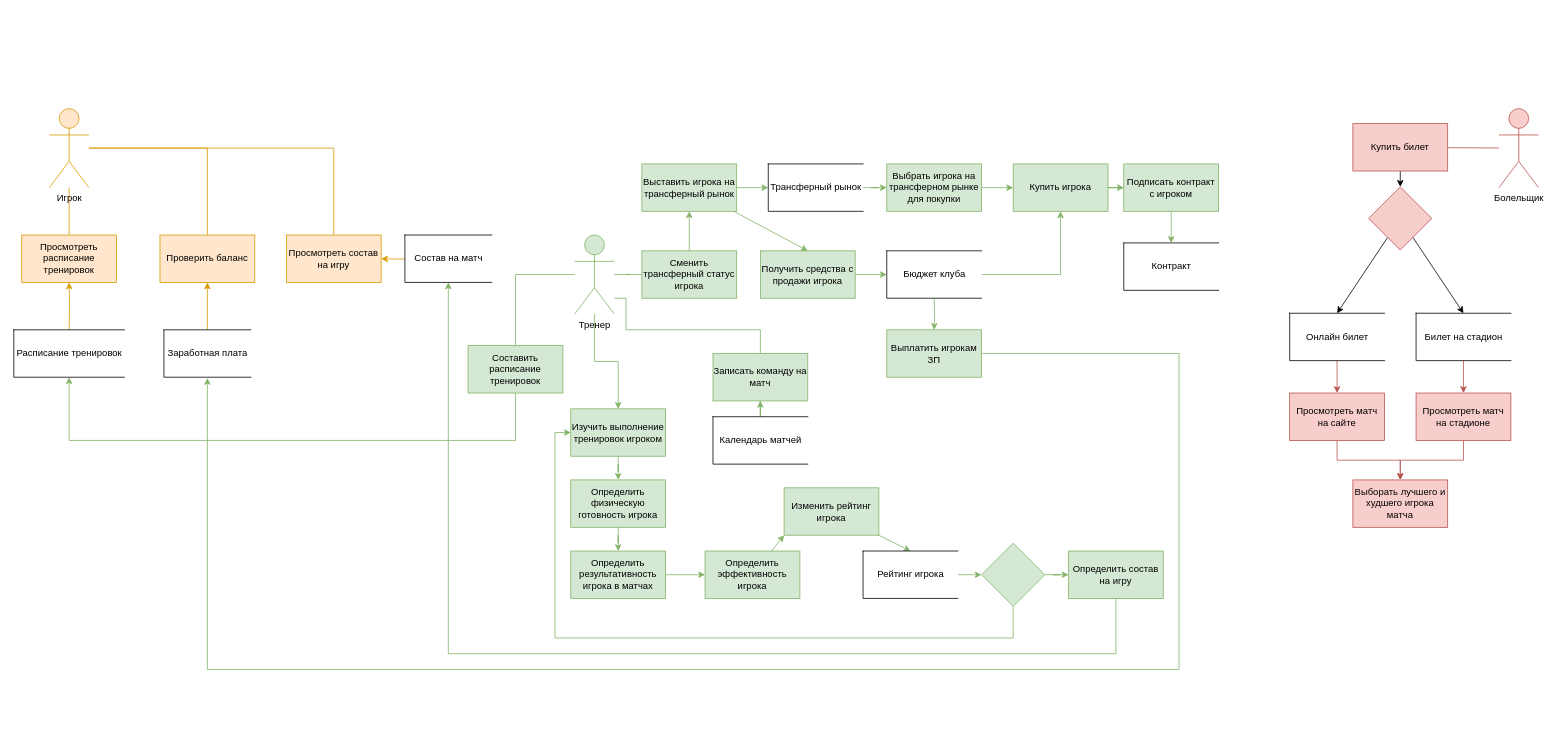
This is DFD Diagramm.drawio from Alexsander996/football, a draw.io file, before an edit. Source tidied: cells renumbered, new cells numbered last; positions are measured from the earlier drawing's top-left corner, leaving out a move shared by most shapes. Both pictures are drawn from the tidied source at 79%, with x=0, y=0 at pixel (13, 108).
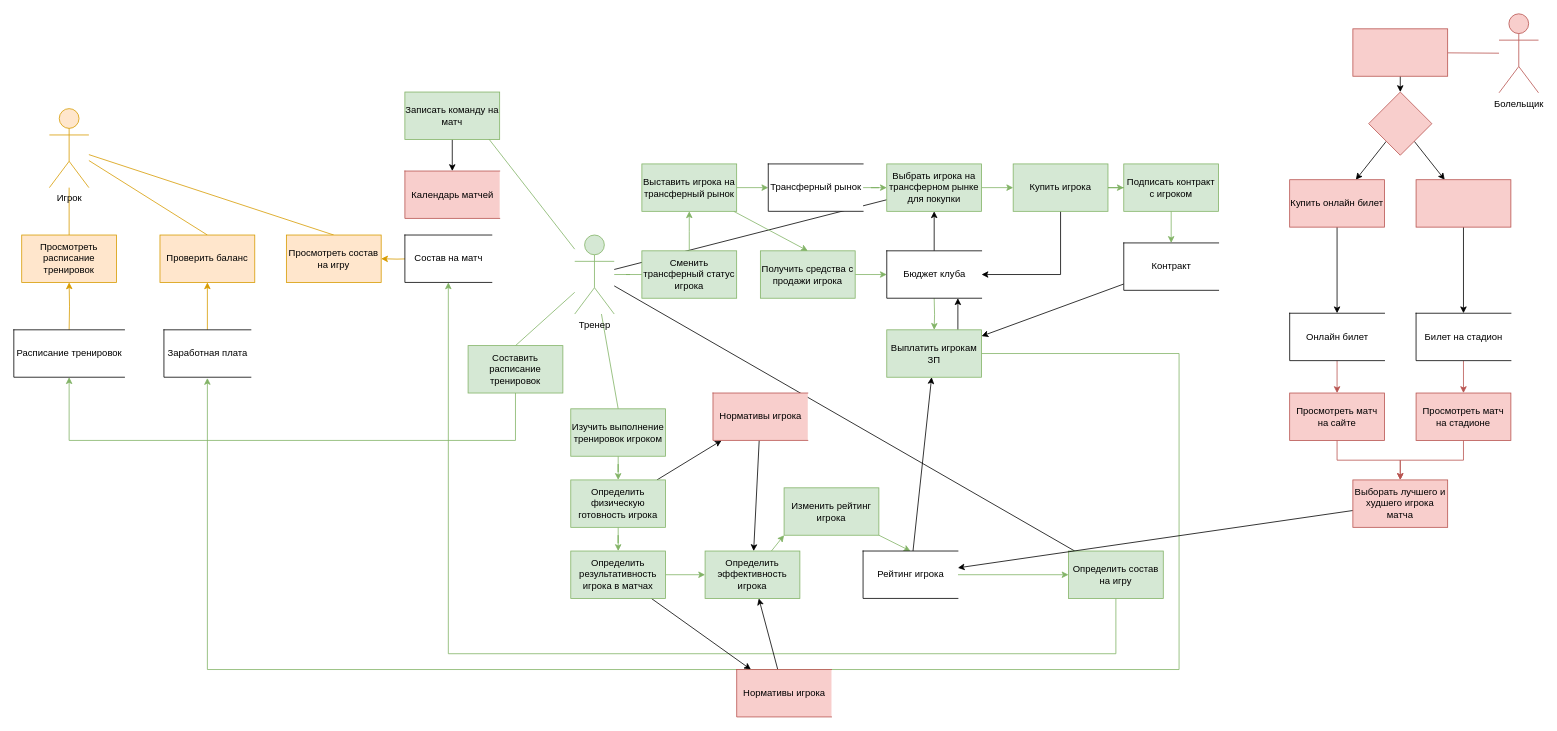
After the change.

The change refers to these unchanged cells:
```xml
<mxCell id="5" value="Игрок" style="shape=umlActor;verticalLabelPosition=bottom;verticalAlign=top;html=1;outlineConnect=0;fillColor=#ffe6cc;strokeColor=#d79b00;" parent="1" vertex="1">
  <mxGeometry x="45" width="50" height="100" as="geometry" />
</mxCell>
<mxCell id="8" value="Проверить баланс" style="rounded=0;whiteSpace=wrap;html=1;fillColor=#ffe6cc;strokeColor=#d79b00;" parent="1" vertex="1">
  <mxGeometry x="185" y="160" width="120" height="60" as="geometry" />
</mxCell>
<mxCell id="9" value="Просмотреть состав на игру" style="rounded=0;whiteSpace=wrap;html=1;fillColor=#ffe6cc;strokeColor=#d79b00;" parent="1" vertex="1">
  <mxGeometry x="345" y="160" width="120" height="60" as="geometry" />
</mxCell>
<mxCell id="15" value="Тренер" style="shape=umlActor;verticalLabelPosition=bottom;verticalAlign=top;html=1;outlineConnect=0;fillColor=#d5e8d4;strokeColor=#82b366;" parent="1" vertex="1">
  <mxGeometry x="710" y="160" width="50" height="100" as="geometry" />
</mxCell>
<mxCell id="17" value="Определить эффективность игрока" style="rounded=0;whiteSpace=wrap;html=1;fillColor=#d5e8d4;strokeColor=#82b366;" parent="1" vertex="1">
  <mxGeometry x="875" y="560" width="120" height="60" as="geometry" />
</mxCell>
<mxCell id="19" value="Определить состав на игру" style="rounded=0;whiteSpace=wrap;html=1;fillColor=#d5e8d4;strokeColor=#82b366;" parent="1" vertex="1">
  <mxGeometry x="1335" y="560" width="120" height="60" as="geometry" />
</mxCell>
<mxCell id="21" value="Выплатить игрокам ЗП" style="rounded=0;whiteSpace=wrap;html=1;fillColor=#d5e8d4;strokeColor=#82b366;" parent="1" vertex="1">
  <mxGeometry x="1105" y="280" width="120" height="60" as="geometry" />
</mxCell>
<mxCell id="24" value="Изучить выполнение тренировок игроком" style="rounded=0;whiteSpace=wrap;html=1;fillColor=#d5e8d4;strokeColor=#82b366;" parent="1" vertex="1">
  <mxGeometry x="705" y="380" width="120" height="60" as="geometry" />
</mxCell>
<mxCell id="26" value="Определить физическую готовность игрока" style="rounded=0;whiteSpace=wrap;html=1;fillColor=#d5e8d4;strokeColor=#82b366;" parent="1" vertex="1">
  <mxGeometry x="705" y="470" width="120" height="60" as="geometry" />
</mxCell>
<mxCell id="28" value="Определить результативность игрока в матчах" style="rounded=0;whiteSpace=wrap;html=1;fillColor=#d5e8d4;strokeColor=#82b366;" parent="1" vertex="1">
  <mxGeometry x="705" y="560" width="120" height="60" as="geometry" />
</mxCell>
<mxCell id="43" value="Выборать лучшего и худшего игрока матча" style="rounded=0;whiteSpace=wrap;html=1;fillColor=#f8cecc;strokeColor=#b85450;" parent="1" vertex="1">
  <mxGeometry x="1695" y="470" width="120" height="60" as="geometry" />
</mxCell>
<mxCell id="49" value="Бюджет клуба" style="html=1;dashed=0;whitespace=wrap;shape=partialRectangle;right=0;" parent="1" vertex="1">
  <mxGeometry x="1105" y="180" width="120" height="60" as="geometry" />
</mxCell>
<mxCell id="53" value="Онлайн билет" style="html=1;dashed=0;whitespace=wrap;shape=partialRectangle;right=0;" parent="1" vertex="1">
  <mxGeometry x="1615" y="259" width="120" height="60" as="geometry" />
</mxCell>
<mxCell id="55" value="Билет на стадион" style="html=1;dashed=0;whitespace=wrap;shape=partialRectangle;right=0;" parent="1" vertex="1">
  <mxGeometry x="1775" y="259" width="120" height="60" as="geometry" />
</mxCell>
<mxCell id="56" value="Контракт" style="html=1;dashed=0;whitespace=wrap;shape=partialRectangle;right=0;" parent="1" vertex="1">
  <mxGeometry x="1405" y="170" width="120" height="60" as="geometry" />
</mxCell>
<mxCell id="70" value="Купить игрока&lt;br&gt;" style="rounded=0;whiteSpace=wrap;html=1;fillColor=#d5e8d4;strokeColor=#82b366;" parent="1" vertex="1">
  <mxGeometry x="1265" y="70" width="120" height="60" as="geometry" />
</mxCell>
<mxCell id="72" value="Составить расписание тренировок" style="rounded=0;whiteSpace=wrap;html=1;fillColor=#d5e8d4;strokeColor=#82b366;" parent="1" vertex="1">
  <mxGeometry x="575" y="300" width="120" height="60" as="geometry" />
</mxCell>
<mxCell id="74" value="Выбрать игрока на трансферном рынке для покупки" style="rounded=0;whiteSpace=wrap;html=1;fillColor=#d5e8d4;strokeColor=#82b366;" parent="1" vertex="1">
  <mxGeometry x="1105" y="70" width="120" height="60" as="geometry" />
</mxCell>
<mxCell id="78" value="Рейтинг игрока" style="html=1;dashed=0;whitespace=wrap;shape=partialRectangle;right=0;" parent="1" vertex="1">
  <mxGeometry x="1075" y="560" width="120" height="60" as="geometry" />
</mxCell>
```

Change to the diagram source:
```diff
@@
-    <mxCell id="3" style="edgeStyle=orthogonalEdgeStyle;rounded=0;jettySize=auto;html=1;entryX=0.5;entryY=0;entryDx=0;entryDy=0;fillColor=#ffe6cc;strokeColor=#d79b00;endArrow=none;endFill=0;" parent="1" edge="1" source="5" target="8">
+    <mxCell id="3" style="rounded=0;jettySize=auto;html=1;entryX=0.5;entryY=0;entryDx=0;entryDy=0;fillColor=#ffe6cc;strokeColor=#d79b00;endArrow=none;endFill=0;" parent="1" edge="1" source="5" target="8">
       <mxGeometry relative="1" as="geometry" />
     </mxCell>
-    <mxCell id="4" style="edgeStyle=orthogonalEdgeStyle;rounded=0;jettySize=auto;html=1;entryX=0.5;entryY=0;entryDx=0;entryDy=0;fillColor=#ffe6cc;strokeColor=#d79b00;endArrow=none;endFill=0;" parent="1" edge="1" source="5" target="9">
+    <mxCell id="4" style="rounded=0;jettySize=auto;html=1;entryX=0.5;entryY=0;entryDx=0;entryDy=0;fillColor=#ffe6cc;strokeColor=#d79b00;endArrow=none;endFill=0;" parent="1" edge="1" source="5" target="9">
       <mxGeometry relative="1" as="geometry" />
     </mxCell>
@@
-    <mxCell id="12" style="edgeStyle=orthogonalEdgeStyle;rounded=0;jettySize=auto;html=1;endArrow=none;endFill=0;entryX=0.5;entryY=0;entryDx=0;entryDy=0;fillColor=#d5e8d4;strokeColor=#82b366;" parent="1" edge="1" source="15" target="22">
-      <mxGeometry relative="1" as="geometry">
-        <Array as="points">
-          <mxPoint x="775" y="240" />
-          <mxPoint x="775" y="280" />
-          <mxPoint x="945" y="280" />
-        </Array>
-      </mxGeometry>
+    <mxCell id="12" style="rounded=0;jettySize=auto;html=1;endArrow=none;endFill=0;entryX=0.5;entryY=0;entryDx=0;entryDy=0;fillColor=#d5e8d4;strokeColor=#82b366;" parent="1" edge="1" source="15" target="22">
+      <mxGeometry relative="1" as="geometry" />
     </mxCell>
-    <mxCell id="13" style="edgeStyle=orthogonalEdgeStyle;rounded=0;jettySize=auto;html=1;entryX=0.5;entryY=0;entryDx=0;entryDy=0;endArrow=none;endFill=0;fillColor=#d5e8d4;strokeColor=#82b366;" parent="1" edge="1" source="15" target="72">
+    <mxCell id="13" style="rounded=0;jettySize=auto;html=1;entryX=0.5;entryY=0;entryDx=0;entryDy=0;endArrow=none;endFill=0;fillColor=#d5e8d4;strokeColor=#82b366;" parent="1" edge="1" source="15" target="72">
       <mxGeometry relative="1" as="geometry" />
     </mxCell>
-    <mxCell id="14" style="edgeStyle=orthogonalEdgeStyle;rounded=0;jettySize=auto;html=1;entryX=0.5;entryY=0;entryDx=0;entryDy=0;fillColor=#d5e8d4;strokeColor=#82b366;" parent="1" edge="1" source="15" target="24">
+    <mxCell id="14" style="rounded=0;jettySize=auto;html=1;entryX=0.5;entryY=0;entryDx=0;entryDy=0;fillColor=#d5e8d4;strokeColor=#82b366;endArrow=none;endFill=0;" parent="1" edge="1" source="15" target="24">
       <mxGeometry relative="1" as="geometry" />
     </mxCell>
+    <mxCell id="79" style="edgeStyle=none;rounded=0;jettySize=auto;html=1;endArrow=none;endFill=0;" parent="1" edge="1" source="15" target="19">
+      <mxGeometry relative="1" as="geometry" />
+    </mxCell>
+    <mxCell id="80" style="rounded=0;jettySize=auto;html=1;endArrow=none;endFill=0;" parent="1" edge="1" source="15" target="74">
+      <mxGeometry relative="1" as="geometry" />
+    </mxCell>
@@
+    <mxCell id="81" style="edgeStyle=orthogonalEdgeStyle;rounded=0;jettySize=auto;html=1;endArrow=classic;endFill=1;" parent="1" edge="1" source="21" target="49">
+      <mxGeometry relative="1" as="geometry">
+        <Array as="points">
+          <mxPoint x="1195" y="260" />
+          <mxPoint x="1195" y="260" />
+        </Array>
+      </mxGeometry>
+    </mxCell>
@@
+    <mxCell id="82" style="edgeStyle=none;rounded=0;jettySize=auto;html=1;endArrow=classic;endFill=1;" parent="1" edge="1" source="22" target="51">
+      <mxGeometry relative="1" as="geometry" />
+    </mxCell>
     <mxCell id="22" value="Записать команду на матч" style="rounded=0;whiteSpace=wrap;html=1;fillColor=#d5e8d4;strokeColor=#82b366;" parent="1" vertex="1">
-      <mxGeometry x="885" y="310" width="120" height="60" as="geometry" />
+      <mxGeometry x="495" y="-21" width="120" height="60" as="geometry" />
     </mxCell>
@@
+    <mxCell id="83" style="edgeStyle=none;rounded=0;jettySize=auto;html=1;endArrow=classic;endFill=1;" parent="1" edge="1" source="26" target="93">
+      <mxGeometry relative="1" as="geometry" />
+    </mxCell>
@@
+    <mxCell id="84" style="edgeStyle=none;rounded=0;jettySize=auto;html=1;endArrow=classic;endFill=1;" parent="1" edge="1" source="28" target="95">
+      <mxGeometry relative="1" as="geometry" />
+    </mxCell>
@@
-    <mxCell id="36" style="edgeStyle=orthogonalEdgeStyle;rounded=0;jettySize=auto;html=1;entryX=0;entryY=0.5;entryDx=0;entryDy=0;fillColor=#d5e8d4;strokeColor=#82b366;" parent="1" edge="1" source="38" target="19">
+    <mxCell id="36" style="edgeStyle=orthogonalEdgeStyle;rounded=0;jettySize=auto;html=1;entryX=0;entryY=0.5;entryDx=0;entryDy=0;fillColor=#d5e8d4;strokeColor=#82b366;" parent="1" edge="1" source="78" target="19">
       <mxGeometry relative="1" as="geometry" />
     </mxCell>
-    <mxCell id="37" style="edgeStyle=orthogonalEdgeStyle;rounded=0;jettySize=auto;html=1;entryX=0;entryY=0.5;entryDx=0;entryDy=0;elbow=vertical;fillColor=#d5e8d4;strokeColor=#82b366;" parent="1" edge="1" source="38" target="24">
-      <mxGeometry relative="1" as="geometry">
-        <Array as="points">
-          <mxPoint x="1265" y="670" />
-          <mxPoint x="685" y="670" />
-          <mxPoint x="685" y="410" />
-        </Array>
-      </mxGeometry>
-    </mxCell>
-    <mxCell id="38" style="rhombus;whiteSpace=wrap;html=1;fillColor=#d5e8d4;strokeColor=#82b366;" parent="1" vertex="1">
-      <mxGeometry x="1225" y="550" width="80" height="80" as="geometry" />
-    </mxCell>
@@
+    <mxCell id="85" style="edgeStyle=none;rounded=0;jettySize=auto;html=1;endArrow=classic;endFill=1;" parent="1" edge="1" source="43" target="78">
+      <mxGeometry relative="1" as="geometry" />
+    </mxCell>
@@
-    <mxCell id="48" style="edgeStyle=orthogonalEdgeStyle;rounded=0;jettySize=auto;html=1;entryX=0.5;entryY=1;entryDx=0;entryDy=0;endArrow=classic;endFill=1;fillColor=#d5e8d4;strokeColor=#82b366;" parent="1" edge="1" source="49" target="70">
-      <mxGeometry relative="1" as="geometry" />
-    </mxCell>
+    <mxCell id="86" style="edgeStyle=orthogonalEdgeStyle;rounded=0;jettySize=auto;html=1;endArrow=classic;endFill=1;" parent="1" edge="1" source="49" target="74">
+      <mxGeometry relative="1" as="geometry" />
+    </mxCell>
@@
-    <mxCell id="50" style="edgeStyle=orthogonalEdgeStyle;rounded=0;jettySize=auto;html=1;entryX=0.5;entryY=1;entryDx=0;entryDy=0;elbow=vertical;fillColor=#d5e8d4;strokeColor=#82b366;" parent="1" edge="1" source="51" target="22">
-      <mxGeometry relative="1" as="geometry" />
-    </mxCell>
-    <mxCell id="51" value="Календарь матчей" style="html=1;dashed=0;whitespace=wrap;shape=partialRectangle;right=0;" parent="1" vertex="1">
-      <mxGeometry x="885" y="390" width="120" height="60" as="geometry" />
+    <mxCell id="51" value="Календарь матчей" style="html=1;dashed=0;whitespace=wrap;shape=partialRectangle;right=0;fillColor=#f8cecc;strokeColor=#b85450;" parent="1" vertex="1">
+      <mxGeometry x="495" y="79" width="120" height="60" as="geometry" />
     </mxCell>
@@
+    <mxCell id="87" style="edgeStyle=none;rounded=0;jettySize=auto;html=1;endArrow=classic;endFill=1;" parent="1" edge="1" source="56" target="21">
+      <mxGeometry relative="1" as="geometry" />
+    </mxCell>
@@
-    <mxCell id="57" style="edgeStyle=none;rounded=0;jettySize=auto;html=1;entryX=0.5;entryY=0;entryDx=0;entryDy=0;" parent="1" edge="1" source="59" target="53">
+    <mxCell id="57" style="edgeStyle=none;rounded=0;jettySize=auto;html=1;entryX=0.5;entryY=0;entryDx=0;entryDy=0;" parent="1" edge="1" source="96" target="53">
       <mxGeometry relative="1" as="geometry" />
     </mxCell>
-    <mxCell id="58" style="edgeStyle=none;rounded=0;jettySize=auto;html=1;entryX=0.5;entryY=0;entryDx=0;entryDy=0;" parent="1" edge="1" source="59" target="55">
+    <mxCell id="58" style="edgeStyle=none;rounded=0;jettySize=auto;html=1;entryX=0.5;entryY=0;entryDx=0;entryDy=0;" parent="1" edge="1" source="97" target="55">
       <mxGeometry relative="1" as="geometry" />
     </mxCell>
+    <mxCell id="88" style="edgeStyle=none;rounded=0;jettySize=auto;html=1;endArrow=classic;endFill=1;" parent="1" edge="1" source="59" target="96">
+      <mxGeometry relative="1" as="geometry" />
+    </mxCell>
+    <mxCell id="89" style="edgeStyle=none;rounded=0;jettySize=auto;html=1;endArrow=classic;endFill=1;" parent="1" edge="1" source="59" target="97">
+      <mxGeometry relative="1" as="geometry" />
+    </mxCell>
     <mxCell id="59" style="rhombus;whiteSpace=wrap;html=1;fillColor=#f8cecc;strokeColor=#b85450;" parent="1" vertex="1">
-      <mxGeometry x="1715" y="99" width="80" height="80" as="geometry" />
+      <mxGeometry x="1715" y="-21" width="80" height="80" as="geometry" />
     </mxCell>
@@
     <mxCell id="61" value="Болельщик" style="shape=umlActor;verticalLabelPosition=bottom;verticalAlign=top;html=1;outlineConnect=0;fillColor=#f8cecc;strokeColor=#b85450;" parent="1" vertex="1">
-      <mxGeometry x="1880" width="50" height="100" as="geometry" />
+      <mxGeometry x="1880" y="-120" width="50" height="100" as="geometry" />
     </mxCell>
@@
-    <mxCell id="63" value="Купить билет" style="rounded=0;whiteSpace=wrap;html=1;fillColor=#f8cecc;strokeColor=#b85450;" parent="1" vertex="1">
-      <mxGeometry x="1695" y="19" width="120" height="60" as="geometry" />
+    <mxCell id="63" style="rounded=0;whiteSpace=wrap;html=1;fillColor=#f8cecc;strokeColor=#b85450;" parent="1" vertex="1">
+      <mxGeometry x="1695" y="-101" width="120" height="60" as="geometry" />
     </mxCell>
@@
+    <mxCell id="90" style="edgeStyle=orthogonalEdgeStyle;rounded=0;jettySize=auto;html=1;endArrow=classic;endFill=1;" parent="1" edge="1" source="70" target="49">
+      <mxGeometry relative="1" as="geometry">
+        <Array as="points">
+          <mxPoint x="1325" y="210" />
+        </Array>
+      </mxGeometry>
+    </mxCell>
@@
-    <mxCell id="77" style="edgeStyle=none;rounded=0;jettySize=auto;html=1;entryX=0;entryY=0.5;entryDx=0;entryDy=0;fillColor=#d5e8d4;strokeColor=#82b366;" parent="1" edge="1" source="78" target="38">
-      <mxGeometry relative="1" as="geometry" />
-    </mxCell>
+    <mxCell id="91" style="edgeStyle=none;rounded=0;jettySize=auto;html=1;endArrow=classic;endFill=1;" parent="1" edge="1" source="78" target="21">
+      <mxGeometry relative="1" as="geometry" />
+    </mxCell>
@@
+    <mxCell id="92" style="edgeStyle=none;rounded=0;jettySize=auto;html=1;endArrow=classic;endFill=1;" parent="1" edge="1" source="93" target="17">
+      <mxGeometry relative="1" as="geometry" />
+    </mxCell>
+    <mxCell id="93" value="Нормативы игрока" style="html=1;dashed=0;whitespace=wrap;shape=partialRectangle;right=0;fillColor=#f8cecc;strokeColor=#b85450;" parent="1" vertex="1">
+      <mxGeometry x="885" y="360" width="120" height="60" as="geometry" />
+    </mxCell>
+    <mxCell id="94" style="edgeStyle=none;rounded=0;jettySize=auto;html=1;endArrow=classic;endFill=1;" parent="1" edge="1" source="95" target="17">
+      <mxGeometry relative="1" as="geometry" />
+    </mxCell>
+    <mxCell id="95" value="Нормативы игрока" style="html=1;dashed=0;whitespace=wrap;shape=partialRectangle;right=0;fillColor=#f8cecc;strokeColor=#b85450;" parent="1" vertex="1">
+      <mxGeometry x="915" y="710" width="120" height="60" as="geometry" />
+    </mxCell>
+    <mxCell id="96" value="Купить онлайн билет" style="rounded=0;whiteSpace=wrap;html=1;fillColor=#f8cecc;strokeColor=#b85450;" parent="1" vertex="1">
+      <mxGeometry x="1615" y="90" width="120" height="60" as="geometry" />
+    </mxCell>
+    <mxCell id="97" style="rounded=0;whiteSpace=wrap;html=1;fillColor=#f8cecc;strokeColor=#b85450;" parent="1" vertex="1">
+      <mxGeometry x="1775" y="90" width="120" height="60" as="geometry" />
+    </mxCell>
```
